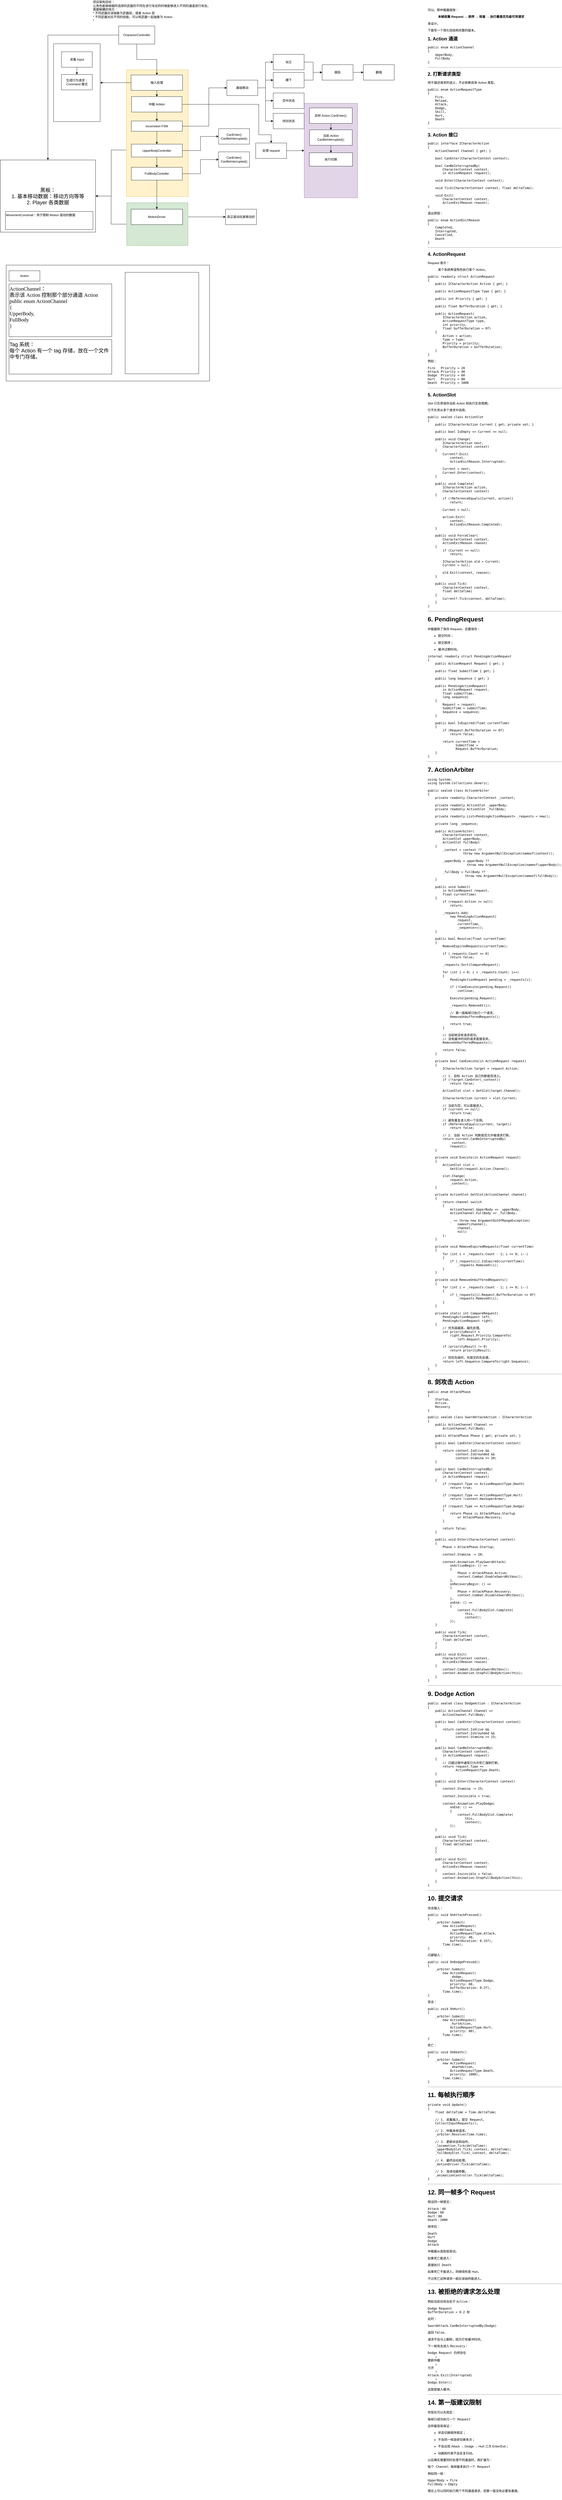
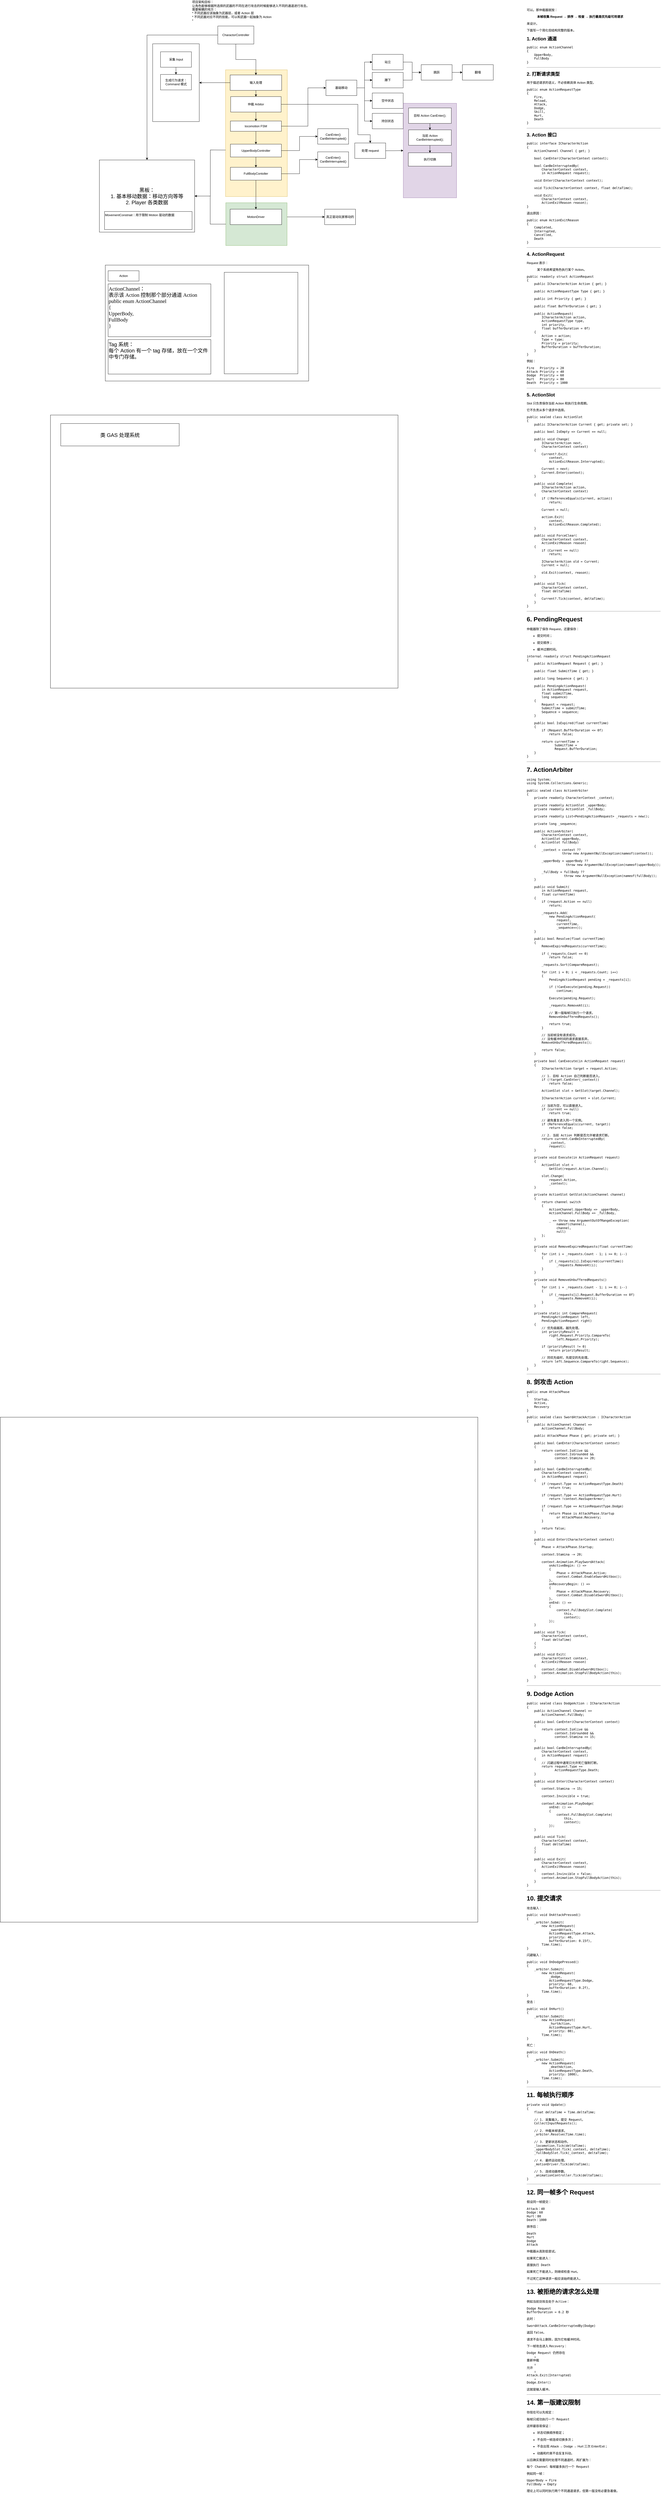
<mxfile host="app.diagrams.net" agent="Mozilla/5.0 (Windows NT 10.0; Win64; x64) AppleWebKit/537.36 (KHTML, like Gecko) Chrome/150.0.0.0 Safari/537.36 Edg/150.0.0.0">
  <diagram name="第 1 页" id="RneQ-lAXavWJF0wWTyo0">
-     <mxGraphModel dx="3943" dy="1549" grid="1" gridSize="10" guides="1" tooltips="1" connect="1" arrows="1" fold="1" page="1" pageScale="1" pageWidth="827" pageHeight="1142" math="0" shadow="0">
+     <mxGraphModel dx="2309" dy="852" grid="1" gridSize="10" guides="1" tooltips="1" connect="1" arrows="1" fold="1" page="1" pageScale="1" pageWidth="827" pageHeight="1142" math="0" shadow="0">
      <root>
        <mxCell id="0" />
        <mxCell id="1" parent="0" />
        <mxCell id="P79LNxg_lGs8P4HROXfw-56" connectable="0" parent="1" style="group" value="" vertex="1">
          <mxGeometry height="492" width="240" x="160" y="280" as="geometry" />
        </mxCell>
        <mxCell id="P79LNxg_lGs8P4HROXfw-93" connectable="0" parent="P79LNxg_lGs8P4HROXfw-56" style="group" value="" vertex="1">
          <mxGeometry height="492" width="240" as="geometry" />
        </mxCell>
        <mxCell id="P79LNxg_lGs8P4HROXfw-47" parent="P79LNxg_lGs8P4HROXfw-93" style="whiteSpace=wrap;html=1;fillColor=#fff2cc;strokeColor=#d6b656;" value="" vertex="1">
          <mxGeometry height="492" width="240" as="geometry" />
        </mxCell>
        <mxCell id="P79LNxg_lGs8P4HROXfw-1" parent="P79LNxg_lGs8P4HROXfw-93" style="whiteSpace=wrap;html=1;rounded=0;" value="locomotion FSM" vertex="1">
          <mxGeometry height="39.923809523809524" width="198" x="19" y="198.73333333333335" as="geometry" />
        </mxCell>
        <mxCell id="P79LNxg_lGs8P4HROXfw-33" parent="P79LNxg_lGs8P4HROXfw-93" style="whiteSpace=wrap;html=1;rounded=0;" value="UpperBodyController" vertex="1">
          <mxGeometry height="49.904761904761905" width="198" x="19" y="288.56190476190477" as="geometry" />
        </mxCell>
        <mxCell id="P79LNxg_lGs8P4HROXfw-36" parent="P79LNxg_lGs8P4HROXfw-93" style="whiteSpace=wrap;html=1;rounded=0;" value="FullBodyContoller" vertex="1">
          <mxGeometry height="49.904761904761905" width="198" x="19" y="378.3904761904762" as="geometry" />
        </mxCell>
        <mxCell id="P79LNxg_lGs8P4HROXfw-45" parent="P79LNxg_lGs8P4HROXfw-93" style="whiteSpace=wrap;html=1;" value="输入处理" vertex="1">
          <mxGeometry height="59.885714285714286" width="200" x="18" y="19.961904761904748" as="geometry" />
        </mxCell>
        <mxCell id="P79LNxg_lGs8P4HROXfw-90" parent="P79LNxg_lGs8P4HROXfw-93" style="whiteSpace=wrap;html=1;strokeColor=default;align=center;verticalAlign=middle;fontFamily=Helvetica;fontSize=12;fontColor=default;fillColor=default;" value="仲裁 Arbitor" vertex="1">
          <mxGeometry height="60" width="196" x="20" y="104" as="geometry" />
        </mxCell>
        <mxCell id="P79LNxg_lGs8P4HROXfw-34" edge="1" parent="P79LNxg_lGs8P4HROXfw-93" source="P79LNxg_lGs8P4HROXfw-1" style="edgeStyle=orthogonalEdgeStyle;rounded=0;orthogonalLoop=1;jettySize=auto;html=1;" target="P79LNxg_lGs8P4HROXfw-33" value="">
          <mxGeometry relative="1" as="geometry" />
        </mxCell>
        <mxCell id="P79LNxg_lGs8P4HROXfw-38" edge="1" parent="P79LNxg_lGs8P4HROXfw-93" source="P79LNxg_lGs8P4HROXfw-33" style="edgeStyle=orthogonalEdgeStyle;rounded=0;orthogonalLoop=1;jettySize=auto;html=1;" target="P79LNxg_lGs8P4HROXfw-36" value="">
          <mxGeometry relative="1" as="geometry" />
        </mxCell>
        <mxCell id="P79LNxg_lGs8P4HROXfw-91" edge="1" parent="P79LNxg_lGs8P4HROXfw-93" source="P79LNxg_lGs8P4HROXfw-45" style="edgeStyle=orthogonalEdgeStyle;rounded=0;orthogonalLoop=1;jettySize=auto;html=1;" target="P79LNxg_lGs8P4HROXfw-90" value="">
          <mxGeometry relative="1" as="geometry">
            <mxPoint x="278" y="360" as="sourcePoint" />
            <mxPoint x="279" y="420" as="targetPoint" />
          </mxGeometry>
        </mxCell>
        <mxCell id="P79LNxg_lGs8P4HROXfw-2" edge="1" parent="P79LNxg_lGs8P4HROXfw-93" source="P79LNxg_lGs8P4HROXfw-90" style="edgeStyle=orthogonalEdgeStyle;rounded=0;orthogonalLoop=1;jettySize=auto;html=1;" target="P79LNxg_lGs8P4HROXfw-1" value="">
          <mxGeometry relative="1" as="geometry" />
        </mxCell>
        <mxCell id="P79LNxg_lGs8P4HROXfw-87" edge="1" parent="1" source="tWkimQcVhNyBGdeILhYm-1" style="edgeStyle=orthogonalEdgeStyle;rounded=0;orthogonalLoop=1;jettySize=auto;html=1;fontFamily=Helvetica;fontSize=12;fontColor=default;" target="P79LNxg_lGs8P4HROXfw-83">
          <mxGeometry relative="1" as="geometry" />
        </mxCell>
        <mxCell id="tWkimQcVhNyBGdeILhYm-1" parent="1" style="rounded=0;whiteSpace=wrap;html=1;" value="CharactorController" vertex="1">
          <mxGeometry height="70" width="140" x="130" y="110" as="geometry" />
        </mxCell>
        <mxCell id="P79LNxg_lGs8P4HROXfw-5" edge="1" parent="1" source="P79LNxg_lGs8P4HROXfw-1" style="edgeStyle=orthogonalEdgeStyle;rounded=0;orthogonalLoop=1;jettySize=auto;html=1;entryX=0;entryY=0.5;entryDx=0;entryDy=0;exitX=1;exitY=0.5;exitDx=0;exitDy=0;" target="P79LNxg_lGs8P4HROXfw-4" value="">
          <mxGeometry relative="1" as="geometry">
            <Array as="points">
              <mxPoint x="480" y="499" />
              <mxPoint x="480" y="350" />
            </Array>
          </mxGeometry>
        </mxCell>
        <mxCell id="P79LNxg_lGs8P4HROXfw-3" parent="1" style="text;html=1;whiteSpace=wrap;strokeColor=none;fillColor=none;align=left;verticalAlign=middle;rounded=0;" value="项目架构目标：&lt;div&gt;让角色能够根据所选择的武器的不同在进行攻击的时候能够进入不同的通道进行攻击。&lt;br&gt;需要解耦的地方：&lt;br&gt;* 不同武器应该抽象为武器层，或者 Action 层&lt;/div&gt;&lt;div&gt;* 不同武器对应不同的技能，可以和武器一起抽象为 Action&lt;/div&gt;&lt;div&gt;*&amp;nbsp;&lt;br&gt;&lt;br&gt;&lt;/div&gt;" vertex="1">
          <mxGeometry height="100" width="772" x="28" y="10" as="geometry" />
        </mxCell>
        <mxCell id="P79LNxg_lGs8P4HROXfw-11" edge="1" parent="1" source="P79LNxg_lGs8P4HROXfw-4" style="edgeStyle=orthogonalEdgeStyle;rounded=0;orthogonalLoop=1;jettySize=auto;html=1;" target="P79LNxg_lGs8P4HROXfw-10" value="">
          <mxGeometry relative="1" as="geometry">
            <Array as="points">
              <mxPoint x="700" y="350" />
              <mxPoint x="700" y="250" />
            </Array>
          </mxGeometry>
        </mxCell>
        <mxCell id="P79LNxg_lGs8P4HROXfw-13" edge="1" parent="1" source="P79LNxg_lGs8P4HROXfw-4" style="edgeStyle=orthogonalEdgeStyle;rounded=0;orthogonalLoop=1;jettySize=auto;html=1;entryX=0;entryY=0.5;entryDx=0;entryDy=0;" target="P79LNxg_lGs8P4HROXfw-12">
          <mxGeometry relative="1" as="geometry" />
        </mxCell>
        <mxCell id="P79LNxg_lGs8P4HROXfw-15" edge="1" parent="1" source="P79LNxg_lGs8P4HROXfw-4" style="edgeStyle=orthogonalEdgeStyle;rounded=0;orthogonalLoop=1;jettySize=auto;html=1;entryX=0;entryY=0.5;entryDx=0;entryDy=0;" target="P79LNxg_lGs8P4HROXfw-8">
          <mxGeometry relative="1" as="geometry" />
        </mxCell>
        <mxCell id="P79LNxg_lGs8P4HROXfw-82" edge="1" parent="1" source="P79LNxg_lGs8P4HROXfw-4" style="edgeStyle=orthogonalEdgeStyle;rounded=0;orthogonalLoop=1;jettySize=auto;html=1;entryX=0;entryY=0.5;entryDx=0;entryDy=0;fontFamily=Helvetica;fontSize=12;fontColor=default;" target="P79LNxg_lGs8P4HROXfw-81">
          <mxGeometry relative="1" as="geometry" />
        </mxCell>
        <mxCell id="P79LNxg_lGs8P4HROXfw-4" parent="1" style="whiteSpace=wrap;html=1;rounded=0;" value="基础移动" vertex="1">
          <mxGeometry height="60" width="120" x="550" y="320" as="geometry" />
        </mxCell>
        <mxCell id="P79LNxg_lGs8P4HROXfw-6" parent="1" style="whiteSpace=wrap;html=1;rounded=0;" value="翻墙" vertex="1">
          <mxGeometry height="60" width="120" x="1080" y="260" as="geometry" />
        </mxCell>
        <mxCell id="P79LNxg_lGs8P4HROXfw-8" parent="1" style="whiteSpace=wrap;html=1;rounded=0;" value="空中状态" vertex="1">
          <mxGeometry height="60" width="120" x="730" y="370" as="geometry" />
        </mxCell>
        <mxCell id="P79LNxg_lGs8P4HROXfw-19" edge="1" parent="1" source="P79LNxg_lGs8P4HROXfw-10" style="edgeStyle=orthogonalEdgeStyle;rounded=0;orthogonalLoop=1;jettySize=auto;html=1;entryX=0;entryY=0.5;entryDx=0;entryDy=0;" target="P79LNxg_lGs8P4HROXfw-17">
          <mxGeometry relative="1" as="geometry" />
        </mxCell>
        <mxCell id="P79LNxg_lGs8P4HROXfw-10" parent="1" style="whiteSpace=wrap;html=1;rounded=0;" value="站立" vertex="1">
          <mxGeometry height="60" width="120" x="730" y="220" as="geometry" />
        </mxCell>
        <mxCell id="P79LNxg_lGs8P4HROXfw-18" edge="1" parent="1" source="P79LNxg_lGs8P4HROXfw-12" style="edgeStyle=orthogonalEdgeStyle;rounded=0;orthogonalLoop=1;jettySize=auto;html=1;" target="P79LNxg_lGs8P4HROXfw-17" value="">
          <mxGeometry relative="1" as="geometry" />
        </mxCell>
        <mxCell id="P79LNxg_lGs8P4HROXfw-12" parent="1" style="whiteSpace=wrap;html=1;rounded=0;" value="蹲下" vertex="1">
          <mxGeometry height="60" width="120" x="730" y="290" as="geometry" />
        </mxCell>
        <mxCell id="P79LNxg_lGs8P4HROXfw-20" edge="1" parent="1" source="P79LNxg_lGs8P4HROXfw-17" style="edgeStyle=orthogonalEdgeStyle;rounded=0;orthogonalLoop=1;jettySize=auto;html=1;" target="P79LNxg_lGs8P4HROXfw-6" value="">
          <mxGeometry relative="1" as="geometry" />
        </mxCell>
        <mxCell id="P79LNxg_lGs8P4HROXfw-17" parent="1" style="whiteSpace=wrap;html=1;rounded=0;" value="跳跃" vertex="1">
          <mxGeometry height="60" width="120" x="920" y="260" as="geometry" />
        </mxCell>
        <mxCell id="P79LNxg_lGs8P4HROXfw-32" connectable="0" parent="1" style="group" value="" vertex="1">
          <mxGeometry height="450" width="790" x="-307" y="1038" as="geometry" />
        </mxCell>
-         <mxCell id="P79LNxg_lGs8P4HROXfw-101" edge="1" parent="P79LNxg_lGs8P4HROXfw-32" style="edgeStyle=orthogonalEdgeStyle;rounded=0;orthogonalLoop=1;jettySize=auto;html=1;fontFamily=Helvetica;fontSize=12;fontColor=default;" target="P79LNxg_lGs8P4HROXfw-28" value="">
+         <mxCell id="P79LNxg_lGs8P4HROXfw-101" edge="1" parent="P79LNxg_lGs8P4HROXfw-32" style="edgeStyle=orthogonalEdgeStyle;rounded=0;orthogonalLoop=1;jettySize=auto;html=1;fontFamily=Helvetica;fontSize=12;fontColor=default;" value="">
          <mxGeometry relative="1" as="geometry">
            <mxPoint x="299.99999999999955" y="210" as="sourcePoint" />
          </mxGeometry>
        </mxCell>
        <mxCell id="P79LNxg_lGs8P4HROXfw-102" connectable="0" parent="P79LNxg_lGs8P4HROXfw-32" style="group" value="" vertex="1">
          <mxGeometry height="450" width="790" as="geometry" />
        </mxCell>
        <mxCell id="P79LNxg_lGs8P4HROXfw-21" parent="P79LNxg_lGs8P4HROXfw-102" style="whiteSpace=wrap;html=1;" value="" vertex="1">
          <mxGeometry height="450" width="790" as="geometry" />
        </mxCell>
        <mxCell id="P79LNxg_lGs8P4HROXfw-22" parent="P79LNxg_lGs8P4HROXfw-102" style="rounded=0;whiteSpace=wrap;html=1;" value="Action" vertex="1">
          <mxGeometry height="40" width="120" x="11" y="22" as="geometry" />
        </mxCell>
        <mxCell id="P79LNxg_lGs8P4HROXfw-103" parent="P79LNxg_lGs8P4HROXfw-102" style="whiteSpace=wrap;html=1;strokeColor=default;align=center;verticalAlign=middle;fontFamily=Helvetica;fontSize=12;fontColor=default;fillColor=default;" value="" vertex="1">
          <mxGeometry height="394" width="286" x="462" y="28" as="geometry" />
        </mxCell>
        <mxCell id="P79LNxg_lGs8P4HROXfw-104" parent="P79LNxg_lGs8P4HROXfw-102" style="whiteSpace=wrap;html=1;strokeColor=default;align=left;verticalAlign=top;fontFamily=Verdana;fontSize=20;fontColor=default;fillColor=default;" value="ActionChannel：&lt;br&gt;&lt;div&gt;表示该 Action 控制那个部分通道 Action&lt;/div&gt;&lt;div&gt;public enum ActionChannel&lt;/div&gt;&lt;div&gt;{&lt;/div&gt;&lt;div&gt;UpperBody,&lt;/div&gt;&lt;div&gt;FullBody&lt;/div&gt;&lt;div&gt;}&lt;/div&gt;&lt;div&gt;&lt;br&gt;&lt;/div&gt;" vertex="1">
          <mxGeometry height="205" width="399" x="11" y="73" as="geometry" />
        </mxCell>
        <mxCell id="P79LNxg_lGs8P4HROXfw-106" parent="P79LNxg_lGs8P4HROXfw-102" style="whiteSpace=wrap;html=1;strokeColor=default;align=left;verticalAlign=top;fontFamily=Helvetica;fontSize=12;fontColor=default;fillColor=default;" value="&lt;font style=&quot;font-size: 20px;&quot;&gt;Tag 系统：&lt;/font&gt;&lt;div&gt;&lt;font style=&quot;font-size: 20px;&quot;&gt;每个 Action 有一个 tag 存储，放在一个文件中专门存储。&lt;/font&gt;&lt;/div&gt;" vertex="1">
          <mxGeometry height="134" width="399" x="11" y="289" as="geometry" />
        </mxCell>
        <mxCell id="P79LNxg_lGs8P4HROXfw-40" edge="1" parent="1" source="P79LNxg_lGs8P4HROXfw-33" style="edgeStyle=orthogonalEdgeStyle;rounded=0;orthogonalLoop=1;jettySize=auto;html=1;" target="P79LNxg_lGs8P4HROXfw-39" value="">
          <mxGeometry relative="1" as="geometry" />
        </mxCell>
        <mxCell id="P79LNxg_lGs8P4HROXfw-42" edge="1" parent="1" source="P79LNxg_lGs8P4HROXfw-36" style="edgeStyle=orthogonalEdgeStyle;rounded=0;orthogonalLoop=1;jettySize=auto;html=1;" target="P79LNxg_lGs8P4HROXfw-41" value="">
          <mxGeometry relative="1" as="geometry" />
        </mxCell>
        <mxCell id="P79LNxg_lGs8P4HROXfw-39" parent="1" style="whiteSpace=wrap;html=1;rounded=0;" value="CanEnter()&lt;div&gt;CanBeInterrupted()&lt;/div&gt;" vertex="1">
          <mxGeometry height="60" width="120" x="518" y="508.56" as="geometry" />
        </mxCell>
        <mxCell id="P79LNxg_lGs8P4HROXfw-41" parent="1" style="whiteSpace=wrap;html=1;rounded=0;" value="CanEnter()&lt;div&gt;CanBeInterrupted()&lt;/div&gt;" vertex="1">
          <mxGeometry height="60" width="120" x="518" y="598.39" as="geometry" />
        </mxCell>
        <mxCell id="P79LNxg_lGs8P4HROXfw-46" edge="1" parent="1" source="tWkimQcVhNyBGdeILhYm-1" style="edgeStyle=orthogonalEdgeStyle;rounded=0;orthogonalLoop=1;jettySize=auto;html=1;" target="P79LNxg_lGs8P4HROXfw-45" value="">
          <mxGeometry relative="1" as="geometry">
            <mxPoint x="200" y="180" as="sourcePoint" />
            <mxPoint x="329" y="420" as="targetPoint" />
          </mxGeometry>
        </mxCell>
        <mxCell id="P79LNxg_lGs8P4HROXfw-52" parent="1" style="whiteSpace=wrap;html=1;rounded=0;" value="真正驱动玩家移动的" vertex="1">
          <mxGeometry height="60" width="120" x="545" y="821" as="geometry" />
        </mxCell>
        <mxCell id="P79LNxg_lGs8P4HROXfw-53" edge="1" parent="1" source="P79LNxg_lGs8P4HROXfw-49" style="edgeStyle=orthogonalEdgeStyle;rounded=0;orthogonalLoop=1;jettySize=auto;html=1;fontFamily=Helvetica;fontSize=12;fontColor=default;" target="P79LNxg_lGs8P4HROXfw-52" value="">
          <mxGeometry relative="1" as="geometry" />
        </mxCell>
        <mxCell id="P79LNxg_lGs8P4HROXfw-66" connectable="0" parent="1" style="group" value="" vertex="1">
          <mxGeometry height="166" width="238" x="161" y="796" as="geometry" />
        </mxCell>
        <mxCell id="P79LNxg_lGs8P4HROXfw-54" parent="P79LNxg_lGs8P4HROXfw-66" style="whiteSpace=wrap;html=1;strokeColor=#82b366;align=center;verticalAlign=middle;fontFamily=Helvetica;fontSize=12;fillColor=#d5e8d4;" value="" vertex="1">
          <mxGeometry height="166" width="238" as="geometry" />
        </mxCell>
        <mxCell id="P79LNxg_lGs8P4HROXfw-49" parent="P79LNxg_lGs8P4HROXfw-66" style="whiteSpace=wrap;html=1;rounded=0;" value="MotionDriver" vertex="1">
          <mxGeometry height="59.885714285714286" width="200" x="17" y="25.004285714285743" as="geometry" />
        </mxCell>
        <mxCell id="P79LNxg_lGs8P4HROXfw-70" edge="1" parent="1" source="P79LNxg_lGs8P4HROXfw-67" style="edgeStyle=orthogonalEdgeStyle;rounded=0;orthogonalLoop=1;jettySize=auto;html=1;fontFamily=Helvetica;fontSize=12;fontColor=default;" target="P79LNxg_lGs8P4HROXfw-69" value="">
          <mxGeometry relative="1" as="geometry" />
        </mxCell>
        <mxCell id="P79LNxg_lGs8P4HROXfw-67" parent="1" style="whiteSpace=wrap;html=1;rounded=0;" value="处理 request" vertex="1">
          <mxGeometry height="60" width="120" x="662" y="564" as="geometry" />
        </mxCell>
        <mxCell id="P79LNxg_lGs8P4HROXfw-68" edge="1" parent="1" source="P79LNxg_lGs8P4HROXfw-90" style="edgeStyle=orthogonalEdgeStyle;rounded=0;orthogonalLoop=1;jettySize=auto;html=1;fontFamily=Helvetica;fontSize=12;fontColor=default;exitX=1;exitY=0.5;exitDx=0;exitDy=0;entryX=0.5;entryY=0;entryDx=0;entryDy=0;" target="P79LNxg_lGs8P4HROXfw-67" value="">
          <mxGeometry relative="1" as="geometry">
            <Array as="points">
              <mxPoint x="674" y="414" />
              <mxPoint x="674" y="532" />
              <mxPoint x="722" y="532" />
            </Array>
            <mxPoint x="378" y="718" as="sourcePoint" />
          </mxGeometry>
        </mxCell>
        <mxCell id="P79LNxg_lGs8P4HROXfw-81" parent="1" style="whiteSpace=wrap;html=1;rounded=0;" value="持剑状态" vertex="1">
          <mxGeometry height="60" width="120" x="730" y="449" as="geometry" />
        </mxCell>
        <mxCell id="P79LNxg_lGs8P4HROXfw-84" edge="1" parent="1" source="P79LNxg_lGs8P4HROXfw-47" style="edgeStyle=orthogonalEdgeStyle;rounded=0;orthogonalLoop=1;jettySize=auto;html=1;fontFamily=Helvetica;fontSize=12;fontColor=default;entryX=1;entryY=0.5;entryDx=0;entryDy=0;exitX=0;exitY=0.633;exitDx=0;exitDy=0;exitPerimeter=0;" target="P79LNxg_lGs8P4HROXfw-83" value="">
          <mxGeometry relative="1" as="geometry">
            <Array as="points">
              <mxPoint x="147" y="591" />
              <mxPoint x="101" y="591" />
              <mxPoint x="101" y="722" />
            </Array>
            <mxPoint x="185" y="534.4999999999998" as="sourcePoint" />
            <mxPoint x="61" y="705" as="targetPoint" />
          </mxGeometry>
        </mxCell>
        <mxCell id="P79LNxg_lGs8P4HROXfw-85" edge="1" parent="1" source="P79LNxg_lGs8P4HROXfw-54" style="edgeStyle=orthogonalEdgeStyle;rounded=0;orthogonalLoop=1;jettySize=auto;html=1;entryX=1;entryY=0.5;entryDx=0;entryDy=0;fontFamily=Helvetica;fontSize=12;fontColor=default;" target="P79LNxg_lGs8P4HROXfw-83">
          <mxGeometry relative="1" as="geometry" />
        </mxCell>
        <mxCell id="P79LNxg_lGs8P4HROXfw-95" edge="1" parent="1" source="P79LNxg_lGs8P4HROXfw-45" style="edgeStyle=orthogonalEdgeStyle;rounded=0;orthogonalLoop=1;jettySize=auto;html=1;fontFamily=Helvetica;fontSize=12;fontColor=default;exitX=0;exitY=0.5;exitDx=0;exitDy=0;" target="P79LNxg_lGs8P4HROXfw-94" value="">
          <mxGeometry relative="1" as="geometry" />
        </mxCell>
        <mxCell id="P79LNxg_lGs8P4HROXfw-62" edge="1" parent="1" source="P79LNxg_lGs8P4HROXfw-36" style="edgeStyle=orthogonalEdgeStyle;rounded=0;orthogonalLoop=1;jettySize=auto;html=1;fontFamily=Helvetica;fontSize=12;fontColor=default;entryX=0.5;entryY=0;entryDx=0;entryDy=0;" target="P79LNxg_lGs8P4HROXfw-49" value="">
          <mxGeometry relative="1" as="geometry">
            <mxPoint x="278" y="748" as="targetPoint" />
          </mxGeometry>
        </mxCell>
        <mxCell id="P79LNxg_lGs8P4HROXfw-97" connectable="0" parent="1" style="group" value="" vertex="1">
          <mxGeometry height="302" width="242.5" x="-123" y="179" as="geometry" />
        </mxCell>
        <mxCell id="P79LNxg_lGs8P4HROXfw-94" parent="P79LNxg_lGs8P4HROXfw-97" style="whiteSpace=wrap;html=1;" value="" vertex="1">
          <mxGeometry height="302" width="181" as="geometry" />
        </mxCell>
        <mxCell id="P79LNxg_lGs8P4HROXfw-96" parent="P79LNxg_lGs8P4HROXfw-97" style="whiteSpace=wrap;html=1;strokeColor=default;align=center;verticalAlign=middle;fontFamily=Helvetica;fontSize=12;fontColor=default;fillColor=default;" value="采集 Input" vertex="1">
          <mxGeometry height="60" width="120" x="30.5" y="31" as="geometry" />
        </mxCell>
        <mxCell id="P79LNxg_lGs8P4HROXfw-98" parent="P79LNxg_lGs8P4HROXfw-97" style="whiteSpace=wrap;html=1;strokeColor=default;align=center;verticalAlign=middle;fontFamily=Helvetica;fontSize=12;fontColor=default;fillColor=default;" value="生成行为请求：&lt;div&gt;Command 模式&lt;/div&gt;" vertex="1">
          <mxGeometry height="60" width="120" x="30.5" y="119" as="geometry" />
        </mxCell>
        <mxCell id="P79LNxg_lGs8P4HROXfw-99" edge="1" parent="P79LNxg_lGs8P4HROXfw-97" source="P79LNxg_lGs8P4HROXfw-96" style="edgeStyle=orthogonalEdgeStyle;rounded=0;orthogonalLoop=1;jettySize=auto;html=1;fontFamily=Helvetica;fontSize=12;fontColor=default;" target="P79LNxg_lGs8P4HROXfw-98" value="">
          <mxGeometry relative="1" as="geometry" />
        </mxCell>
        <mxCell id="P79LNxg_lGs8P4HROXfw-100" connectable="0" parent="1" style="group" value="" vertex="1">
          <mxGeometry height="366.78" width="207" x="850.5" y="410" as="geometry" />
        </mxCell>
        <mxCell id="P79LNxg_lGs8P4HROXfw-69" parent="P79LNxg_lGs8P4HROXfw-100" style="whiteSpace=wrap;html=1;rounded=0;fillColor=#e1d5e7;strokeColor=#9673a6;" value="" vertex="1">
          <mxGeometry height="366.78" width="207" as="geometry" />
        </mxCell>
        <mxCell id="P79LNxg_lGs8P4HROXfw-72" parent="P79LNxg_lGs8P4HROXfw-100" style="whiteSpace=wrap;html=1;strokeColor=default;align=center;verticalAlign=middle;fontFamily=Helvetica;fontSize=12;fontColor=default;fillColor=default;" value="目标 Action CanEnter();" vertex="1">
          <mxGeometry height="60" width="166" x="20.5" y="18" as="geometry" />
        </mxCell>
        <mxCell id="P79LNxg_lGs8P4HROXfw-75" parent="P79LNxg_lGs8P4HROXfw-100" style="whiteSpace=wrap;html=1;strokeColor=default;align=center;verticalAlign=middle;fontFamily=Helvetica;fontSize=12;fontColor=default;fillColor=default;" value="当前 Action CanBeInterrupted();" vertex="1">
          <mxGeometry height="60" width="166" x="20.5" y="103" as="geometry" />
        </mxCell>
        <mxCell id="P79LNxg_lGs8P4HROXfw-79" parent="P79LNxg_lGs8P4HROXfw-100" style="whiteSpace=wrap;html=1;" value="执行切换" vertex="1">
          <mxGeometry height="52" width="168" x="19.5" y="192" as="geometry" />
        </mxCell>
        <mxCell id="P79LNxg_lGs8P4HROXfw-78" edge="1" parent="P79LNxg_lGs8P4HROXfw-100" source="P79LNxg_lGs8P4HROXfw-72" style="edgeStyle=orthogonalEdgeStyle;rounded=0;orthogonalLoop=1;jettySize=auto;html=1;fontFamily=Helvetica;fontSize=12;fontColor=default;" target="P79LNxg_lGs8P4HROXfw-75" value="">
          <mxGeometry relative="1" as="geometry" />
        </mxCell>
        <mxCell id="P79LNxg_lGs8P4HROXfw-80" edge="1" parent="P79LNxg_lGs8P4HROXfw-100" source="P79LNxg_lGs8P4HROXfw-75" style="edgeStyle=orthogonalEdgeStyle;rounded=0;orthogonalLoop=1;jettySize=auto;html=1;fontFamily=Helvetica;fontSize=12;fontColor=default;" target="P79LNxg_lGs8P4HROXfw-79" value="">
          <mxGeometry relative="1" as="geometry" />
        </mxCell>
        <UserObject label="&lt;p&gt;可以。那仲裁器就按：&lt;/p&gt;&lt;blockquote&gt;&lt;p&gt;&lt;strong&gt;本帧收集 Request → 排序 → 检查 → 执行最高优先级可用请求&lt;/strong&gt;&lt;/p&gt;&lt;/blockquote&gt;&lt;p&gt;来设计。&lt;/p&gt;&lt;p&gt;下面写一个简化但结构完整的版本。&lt;/p&gt;&lt;h2&gt;1. Action 通道&lt;/h2&gt;&lt;pre&gt;&lt;code class=&quot;language-csharp&quot;&gt;public enum ActionChannel&#xa;{&#xa;    UpperBody,&#xa;    FullBody&#xa;}&#xa;&lt;/code&gt;&lt;/pre&gt;&lt;hr&gt;&lt;h2&gt;2. 打断请求类型&lt;/h2&gt;&lt;p&gt;用于描述请求的语义，不必依赖具体 Action 类型。&lt;/p&gt;&lt;pre&gt;&lt;code class=&quot;language-csharp&quot;&gt;public enum ActionRequestType&#xa;{&#xa;    Fire,&#xa;    Reload,&#xa;    Attack,&#xa;    Dodge,&#xa;    Skill,&#xa;    Hurt,&#xa;    Death&#xa;}&#xa;&lt;/code&gt;&lt;/pre&gt;&lt;hr&gt;&lt;h2&gt;3. Action 接口&lt;/h2&gt;&lt;pre&gt;&lt;code class=&quot;language-csharp&quot;&gt;public interface ICharacterAction&#xa;{&#xa;    ActionChannel Channel { get; }&#xa;&#xa;    bool CanEnter(CharacterContext context);&#xa;&#xa;    bool CanBeInterruptedBy(&#xa;        CharacterContext context,&#xa;        in ActionRequest request);&#xa;&#xa;    void Enter(CharacterContext context);&#xa;&#xa;    void Tick(CharacterContext context, float deltaTime);&#xa;&#xa;    void Exit(&#xa;        CharacterContext context,&#xa;        ActionExitReason reason);&#xa;}&#xa;&lt;/code&gt;&lt;/pre&gt;&lt;p&gt;退出原因：&lt;/p&gt;&lt;pre&gt;&lt;code class=&quot;language-csharp&quot;&gt;public enum ActionExitReason&#xa;{&#xa;    Completed,&#xa;    Interrupted,&#xa;    Cancelled,&#xa;    Death&#xa;}&#xa;&lt;/code&gt;&lt;/pre&gt;&lt;hr&gt;&lt;h2&gt;4. ActionRequest&lt;/h2&gt;&lt;p&gt;Request 表示：&lt;/p&gt;&lt;blockquote&gt;&lt;p&gt;某个系统希望角色执行某个 Action。&lt;/p&gt;&lt;/blockquote&gt;&lt;pre&gt;&lt;code class=&quot;language-csharp&quot;&gt;public readonly struct ActionRequest&#xa;{&#xa;    public ICharacterAction Action { get; }&#xa;&#xa;    public ActionRequestType Type { get; }&#xa;&#xa;    public int Priority { get; }&#xa;&#xa;    public float BufferDuration { get; }&#xa;&#xa;    public ActionRequest(&#xa;        ICharacterAction action,&#xa;        ActionRequestType type,&#xa;        int priority,&#xa;        float bufferDuration = 0f)&#xa;    {&#xa;        Action = action;&#xa;        Type = type;&#xa;        Priority = priority;&#xa;        BufferDuration = bufferDuration;&#xa;    }&#xa;}&#xa;&lt;/code&gt;&lt;/pre&gt;&lt;p&gt;例如：&lt;/p&gt;&lt;pre&gt;&lt;code class=&quot;language-text&quot;&gt;Fire   Priority = 20&#xa;Attack Priority = 40&#xa;Dodge  Priority = 60&#xa;Hurt   Priority = 80&#xa;Death  Priority = 1000&#xa;&lt;/code&gt;&lt;/pre&gt;&lt;hr&gt;&lt;h2&gt;5. ActionSlot&lt;/h2&gt;&lt;p&gt;Slot 只负责保存当前 Action 和执行生命周期。&lt;/p&gt;&lt;p&gt;它不负责从多个请求中选择。&lt;/p&gt;&lt;pre&gt;&lt;code class=&quot;language-csharp&quot;&gt;public sealed class ActionSlot&#xa;{&#xa;    public ICharacterAction Current { get; private set; }&#xa;&#xa;    public bool IsEmpty =&amp;gt; Current == null;&#xa;&#xa;    public void Change(&#xa;        ICharacterAction next,&#xa;        CharacterContext context)&#xa;    {&#xa;        Current?.Exit(&#xa;            context,&#xa;            ActionExitReason.Interrupted);&#xa;&#xa;        Current = next;&#xa;        Current.Enter(context);&#xa;    }&#xa;&#xa;    public void Complete(&#xa;        ICharacterAction action,&#xa;        CharacterContext context)&#xa;    {&#xa;        if (!ReferenceEquals(Current, action))&#xa;            return;&#xa;&#xa;        Current = null;&#xa;&#xa;        action.Exit(&#xa;            context,&#xa;            ActionExitReason.Completed);&#xa;    }&#xa;&#xa;    public void ForceClear(&#xa;        CharacterContext context,&#xa;        ActionExitReason reason)&#xa;    {&#xa;        if (Current == null)&#xa;            return;&#xa;&#xa;        ICharacterAction old = Current;&#xa;        Current = null;&#xa;&#xa;        old.Exit(context, reason);&#xa;    }&#xa;&#xa;    public void Tick(&#xa;        CharacterContext context,&#xa;        float deltaTime)&#xa;    {&#xa;        Current?.Tick(context, deltaTime);&#xa;    }&#xa;}&#xa;&lt;/code&gt;&lt;/pre&gt;&lt;hr&gt;&lt;h1&gt;6. PendingRequest&lt;/h1&gt;&lt;p&gt;仲裁器除了保存 Request，还要保存：&lt;/p&gt;&lt;ul&gt;&lt;li&gt;&lt;p&gt;提交时间；&lt;/p&gt;&lt;/li&gt;&lt;li&gt;&lt;p&gt;提交顺序；&lt;/p&gt;&lt;/li&gt;&lt;li&gt;&lt;p&gt;缓冲过期时间。&lt;/p&gt;&lt;/li&gt;&lt;/ul&gt;&lt;pre&gt;&lt;code class=&quot;language-csharp&quot;&gt;internal readonly struct PendingActionRequest&#xa;{&#xa;    public ActionRequest Request { get; }&#xa;&#xa;    public float SubmitTime { get; }&#xa;&#xa;    public long Sequence { get; }&#xa;&#xa;    public PendingActionRequest(&#xa;        in ActionRequest request,&#xa;        float submitTime,&#xa;        long sequence)&#xa;    {&#xa;        Request = request;&#xa;        SubmitTime = submitTime;&#xa;        Sequence = sequence;&#xa;    }&#xa;&#xa;    public bool IsExpired(float currentTime)&#xa;    {&#xa;        if (Request.BufferDuration &amp;lt;= 0f)&#xa;            return false;&#xa;&#xa;        return currentTime &amp;gt;&#xa;               SubmitTime +&#xa;               Request.BufferDuration;&#xa;    }&#xa;}&#xa;&lt;/code&gt;&lt;/pre&gt;&lt;hr&gt;&lt;h1&gt;7. ActionArbiter&lt;/h1&gt;&lt;pre&gt;&lt;code class=&quot;language-csharp&quot;&gt;using System;&#xa;using System.Collections.Generic;&#xa;&#xa;public sealed class ActionArbiter&#xa;{&#xa;    private readonly CharacterContext _context;&#xa;&#xa;    private readonly ActionSlot _upperBody;&#xa;    private readonly ActionSlot _fullBody;&#xa;&#xa;    private readonly List&amp;lt;PendingActionRequest&amp;gt; _requests = new();&#xa;&#xa;    private long _sequence;&#xa;&#xa;    public ActionArbiter(&#xa;        CharacterContext context,&#xa;        ActionSlot upperBody,&#xa;        ActionSlot fullBody)&#xa;    {&#xa;        _context = context ??&#xa;                   throw new ArgumentNullException(nameof(context));&#xa;&#xa;        _upperBody = upperBody ??&#xa;                     throw new ArgumentNullException(nameof(upperBody));&#xa;&#xa;        _fullBody = fullBody ??&#xa;                    throw new ArgumentNullException(nameof(fullBody));&#xa;    }&#xa;&#xa;    public void Submit(&#xa;        in ActionRequest request,&#xa;        float currentTime)&#xa;    {&#xa;        if (request.Action == null)&#xa;            return;&#xa;&#xa;        _requests.Add(&#xa;            new PendingActionRequest(&#xa;                request,&#xa;                currentTime,&#xa;                _sequence++));&#xa;    }&#xa;&#xa;    public bool Resolve(float currentTime)&#xa;    {&#xa;        RemoveExpiredRequests(currentTime);&#xa;&#xa;        if (_requests.Count == 0)&#xa;            return false;&#xa;&#xa;        _requests.Sort(CompareRequest);&#xa;&#xa;        for (int i = 0; i &amp;lt; _requests.Count; i++)&#xa;        {&#xa;            PendingActionRequest pending = _requests[i];&#xa;&#xa;            if (!CanExecute(pending.Request))&#xa;                continue;&#xa;&#xa;            Execute(pending.Request);&#xa;&#xa;            _requests.RemoveAt(i);&#xa;&#xa;            // 第一版每帧只执行一个请求。&#xa;            RemoveUnbufferedRequests();&#xa;&#xa;            return true;&#xa;        }&#xa;&#xa;        // 当前帧没有请求成功。&#xa;        // 没有缓冲时间的请求直接丢弃。&#xa;        RemoveUnbufferedRequests();&#xa;&#xa;        return false;&#xa;    }&#xa;&#xa;    private bool CanExecute(in ActionRequest request)&#xa;    {&#xa;        ICharacterAction target = request.Action;&#xa;&#xa;        // 1. 目标 Action 自己判断能否进入。&#xa;        if (!target.CanEnter(_context))&#xa;            return false;&#xa;&#xa;        ActionSlot slot = GetSlot(target.Channel);&#xa;&#xa;        ICharacterAction current = slot.Current;&#xa;&#xa;        // 当前为空，可以直接进入。&#xa;        if (current == null)&#xa;            return true;&#xa;&#xa;        // 避免重复进入同一个实例。&#xa;        if (ReferenceEquals(current, target))&#xa;            return false;&#xa;&#xa;        // 2. 当前 Action 判断是否允许被请求打断。&#xa;        return current.CanBeInterruptedBy(&#xa;            _context,&#xa;            request);&#xa;    }&#xa;&#xa;    private void Execute(in ActionRequest request)&#xa;    {&#xa;        ActionSlot slot =&#xa;            GetSlot(request.Action.Channel);&#xa;&#xa;        slot.Change(&#xa;            request.Action,&#xa;            _context);&#xa;    }&#xa;&#xa;    private ActionSlot GetSlot(ActionChannel channel)&#xa;    {&#xa;        return channel switch&#xa;        {&#xa;            ActionChannel.UpperBody =&amp;gt; _upperBody,&#xa;            ActionChannel.FullBody =&amp;gt; _fullBody,&#xa;&#xa;            _ =&amp;gt; throw new ArgumentOutOfRangeException(&#xa;                nameof(channel),&#xa;                channel,&#xa;                null)&#xa;        };&#xa;    }&#xa;&#xa;    private void RemoveExpiredRequests(float currentTime)&#xa;    {&#xa;        for (int i = _requests.Count - 1; i &amp;gt;= 0; i--)&#xa;        {&#xa;            if (_requests[i].IsExpired(currentTime))&#xa;                _requests.RemoveAt(i);&#xa;        }&#xa;    }&#xa;&#xa;    private void RemoveUnbufferedRequests()&#xa;    {&#xa;        for (int i = _requests.Count - 1; i &amp;gt;= 0; i--)&#xa;        {&#xa;            if (_requests[i].Request.BufferDuration &amp;lt;= 0f)&#xa;                _requests.RemoveAt(i);&#xa;        }&#xa;    }&#xa;&#xa;    private static int CompareRequest(&#xa;        PendingActionRequest left,&#xa;        PendingActionRequest right)&#xa;    {&#xa;        // 优先级越高，越先处理。&#xa;        int priorityResult =&#xa;            right.Request.Priority.CompareTo(&#xa;                left.Request.Priority);&#xa;&#xa;        if (priorityResult != 0)&#xa;            return priorityResult;&#xa;&#xa;        // 同优先级时，先提交的先处理。&#xa;        return left.Sequence.CompareTo(right.Sequence);&#xa;    }&#xa;}&#xa;&lt;/code&gt;&lt;/pre&gt;&lt;hr&gt;&lt;h1&gt;8. 剑攻击 Action&lt;/h1&gt;&lt;pre&gt;&lt;code class=&quot;language-csharp&quot;&gt;public enum AttackPhase&#xa;{&#xa;    Startup,&#xa;    Active,&#xa;    Recovery&#xa;}&#xa;&lt;/code&gt;&lt;/pre&gt;&lt;pre&gt;&lt;code class=&quot;language-csharp&quot;&gt;public sealed class SwordAttackAction : ICharacterAction&#xa;{&#xa;    public ActionChannel Channel =&amp;gt;&#xa;        ActionChannel.FullBody;&#xa;&#xa;    public AttackPhase Phase { get; private set; }&#xa;&#xa;    public bool CanEnter(CharacterContext context)&#xa;    {&#xa;        return context.IsAlive &amp;amp;&amp;amp;&#xa;               context.IsGrounded &amp;amp;&amp;amp;&#xa;               context.Stamina &amp;gt;= 20;&#xa;    }&#xa;&#xa;    public bool CanBeInterruptedBy(&#xa;        CharacterContext context,&#xa;        in ActionRequest request)&#xa;    {&#xa;        if (request.Type == ActionRequestType.Death)&#xa;            return true;&#xa;&#xa;        if (request.Type == ActionRequestType.Hurt)&#xa;            return !context.HasSuperArmor;&#xa;&#xa;        if (request.Type == ActionRequestType.Dodge)&#xa;        {&#xa;            return Phase is AttackPhase.Startup&#xa;                or AttackPhase.Recovery;&#xa;        }&#xa;&#xa;        return false;&#xa;    }&#xa;&#xa;    public void Enter(CharacterContext context)&#xa;    {&#xa;        Phase = AttackPhase.Startup;&#xa;&#xa;        context.Stamina -= 20;&#xa;&#xa;        context.Animation.PlaySwordAttack(&#xa;            onActiveBegin: () =&amp;gt;&#xa;            {&#xa;                Phase = AttackPhase.Active;&#xa;                context.Combat.EnableSwordHitbox();&#xa;            },&#xa;            onRecoveryBegin: () =&amp;gt;&#xa;            {&#xa;                Phase = AttackPhase.Recovery;&#xa;                context.Combat.DisableSwordHitbox();&#xa;            },&#xa;            onEnd: () =&amp;gt;&#xa;            {&#xa;                context.FullBodySlot.Complete(&#xa;                    this,&#xa;                    context);&#xa;            });&#xa;    }&#xa;&#xa;    public void Tick(&#xa;        CharacterContext context,&#xa;        float deltaTime)&#xa;    {&#xa;    }&#xa;&#xa;    public void Exit(&#xa;        CharacterContext context,&#xa;        ActionExitReason reason)&#xa;    {&#xa;        context.Combat.DisableSwordHitbox();&#xa;        context.Animation.StopFullBodyAction(this);&#xa;    }&#xa;}&#xa;&lt;/code&gt;&lt;/pre&gt;&lt;hr&gt;&lt;h1&gt;9. Dodge Action&lt;/h1&gt;&lt;pre&gt;&lt;code class=&quot;language-csharp&quot;&gt;public sealed class DodgeAction : ICharacterAction&#xa;{&#xa;    public ActionChannel Channel =&amp;gt;&#xa;        ActionChannel.FullBody;&#xa;&#xa;    public bool CanEnter(CharacterContext context)&#xa;    {&#xa;        return context.IsAlive &amp;amp;&amp;amp;&#xa;               context.IsGrounded &amp;amp;&amp;amp;&#xa;               context.Stamina &amp;gt;= 15;&#xa;    }&#xa;&#xa;    public bool CanBeInterruptedBy(&#xa;        CharacterContext context,&#xa;        in ActionRequest request)&#xa;    {&#xa;        // 闪避过程中通常只允许死亡强制打断。&#xa;        return request.Type ==&#xa;               ActionRequestType.Death;&#xa;    }&#xa;&#xa;    public void Enter(CharacterContext context)&#xa;    {&#xa;        context.Stamina -= 15;&#xa;&#xa;        context.Invincible = true;&#xa;&#xa;        context.Animation.PlayDodge(&#xa;            onEnd: () =&amp;gt;&#xa;            {&#xa;                context.FullBodySlot.Complete(&#xa;                    this,&#xa;                    context);&#xa;            });&#xa;    }&#xa;&#xa;    public void Tick(&#xa;        CharacterContext context,&#xa;        float deltaTime)&#xa;    {&#xa;    }&#xa;&#xa;    public void Exit(&#xa;        CharacterContext context,&#xa;        ActionExitReason reason)&#xa;    {&#xa;        context.Invincible = false;&#xa;        context.Animation.StopFullBodyAction(this);&#xa;    }&#xa;}&#xa;&lt;/code&gt;&lt;/pre&gt;&lt;hr&gt;&lt;h1&gt;10. 提交请求&lt;/h1&gt;&lt;p&gt;攻击输入：&lt;/p&gt;&lt;pre&gt;&lt;code class=&quot;language-csharp&quot;&gt;public void OnAttackPressed()&#xa;{&#xa;    _arbiter.Submit(&#xa;        new ActionRequest(&#xa;            _swordAttack,&#xa;            ActionRequestType.Attack,&#xa;            priority: 40,&#xa;            bufferDuration: 0.15f),&#xa;        Time.time);&#xa;}&#xa;&lt;/code&gt;&lt;/pre&gt;&lt;p&gt;闪避输入：&lt;/p&gt;&lt;pre&gt;&lt;code class=&quot;language-csharp&quot;&gt;public void OnDodgePressed()&#xa;{&#xa;    _arbiter.Submit(&#xa;        new ActionRequest(&#xa;            _dodge,&#xa;            ActionRequestType.Dodge,&#xa;            priority: 60,&#xa;            bufferDuration: 0.2f),&#xa;        Time.time);&#xa;}&#xa;&lt;/code&gt;&lt;/pre&gt;&lt;p&gt;受击：&lt;/p&gt;&lt;pre&gt;&lt;code class=&quot;language-csharp&quot;&gt;public void OnHurt()&#xa;{&#xa;    _arbiter.Submit(&#xa;        new ActionRequest(&#xa;            _hurtAction,&#xa;            ActionRequestType.Hurt,&#xa;            priority: 80),&#xa;        Time.time);&#xa;}&#xa;&lt;/code&gt;&lt;/pre&gt;&lt;p&gt;死亡：&lt;/p&gt;&lt;pre&gt;&lt;code class=&quot;language-csharp&quot;&gt;public void OnDeath()&#xa;{&#xa;    _arbiter.Submit(&#xa;        new ActionRequest(&#xa;            _deathAction,&#xa;            ActionRequestType.Death,&#xa;            priority: 1000),&#xa;        Time.time);&#xa;}&#xa;&lt;/code&gt;&lt;/pre&gt;&lt;hr&gt;&lt;h1&gt;11. 每帧执行顺序&lt;/h1&gt;&lt;pre&gt;&lt;code class=&quot;language-csharp&quot;&gt;private void Update()&#xa;{&#xa;    float deltaTime = Time.deltaTime;&#xa;&#xa;    // 1. 采集输入，提交 Request。&#xa;    CollectInputRequests();&#xa;&#xa;    // 2. 仲裁本帧请求。&#xa;    _arbiter.Resolve(Time.time);&#xa;&#xa;    // 3. 更新状态和动作。&#xa;    _locomotion.Tick(deltaTime);&#xa;    _upperBodySlot.Tick(_context, deltaTime);&#xa;    _fullBodySlot.Tick(_context, deltaTime);&#xa;&#xa;    // 4. 最终运动处理。&#xa;    _motionDriver.Tick(deltaTime);&#xa;&#xa;    // 5. 连续动画参数。&#xa;    _animationController.Tick(deltaTime);&#xa;}&#xa;&lt;/code&gt;&lt;/pre&gt;&lt;hr&gt;&lt;h1&gt;12. 同一帧多个 Request&lt;/h1&gt;&lt;p&gt;假设同一帧提交：&lt;/p&gt;&lt;pre&gt;&lt;code class=&quot;language-text&quot;&gt;Attack：40&#xa;Dodge：60&#xa;Hurt：80&#xa;Death：1000&#xa;&lt;/code&gt;&lt;/pre&gt;&lt;p&gt;排序后：&lt;/p&gt;&lt;pre&gt;&lt;code class=&quot;language-text&quot;&gt;Death&#xa;Hurt&#xa;Dodge&#xa;Attack&#xa;&lt;/code&gt;&lt;/pre&gt;&lt;p&gt;仲裁器从高到低尝试。&lt;/p&gt;&lt;p&gt;如果死亡能进入：&lt;/p&gt;&lt;pre&gt;&lt;code class=&quot;language-text&quot;&gt;直接执行 Death&#xa;&lt;/code&gt;&lt;/pre&gt;&lt;p&gt;如果死亡不能进入，则继续检查 Hurt。&lt;/p&gt;&lt;p&gt;不过死亡这种请求一般应该始终能进入。&lt;/p&gt;&lt;hr&gt;&lt;h1&gt;13. 被拒绝的请求怎么处理&lt;/h1&gt;&lt;p&gt;例如当前剑攻击处于 &lt;code&gt;Active&lt;/code&gt;：&lt;/p&gt;&lt;pre&gt;&lt;code class=&quot;language-text&quot;&gt;Dodge Request&#xa;BufferDuration = 0.2 秒&#xa;&lt;/code&gt;&lt;/pre&gt;&lt;p&gt;此时：&lt;/p&gt;&lt;pre&gt;&lt;code class=&quot;language-csharp&quot;&gt;SwordAttack.CanBeInterruptedBy(Dodge)&#xa;&lt;/code&gt;&lt;/pre&gt;&lt;p&gt;返回 &lt;code&gt;false&lt;/code&gt;。&lt;/p&gt;&lt;p&gt;请求不会马上删除，因为它有缓冲时间。&lt;/p&gt;&lt;p&gt;下一帧攻击进入 &lt;code&gt;Recovery&lt;/code&gt;：&lt;/p&gt;&lt;pre&gt;&lt;code class=&quot;language-text&quot;&gt;Dodge Request 仍然存在&#xa;    ↓&#xa;重新仲裁&#xa;    ↓&#xa;允许&#xa;    ↓&#xa;Attack.Exit(Interrupted)&#xa;    ↓&#xa;Dodge.Enter()&#xa;&lt;/code&gt;&lt;/pre&gt;&lt;p&gt;这就是输入缓冲。&lt;/p&gt;&lt;hr&gt;&lt;h1&gt;14. 第一版建议限制&lt;/h1&gt;&lt;p&gt;你现在可以先规定：&lt;/p&gt;&lt;pre&gt;&lt;code class=&quot;language-text&quot;&gt;每帧只成功执行一个 Request&#xa;&lt;/code&gt;&lt;/pre&gt;&lt;p&gt;这样最容易保证：&lt;/p&gt;&lt;ul&gt;&lt;li&gt;&lt;p&gt;状态切换顺序稳定；&lt;/p&gt;&lt;/li&gt;&lt;li&gt;&lt;p&gt;不会同一帧连续切换多次；&lt;/p&gt;&lt;/li&gt;&lt;li&gt;&lt;p&gt;不会出现 Attack → Dodge → Hurt 三次 Enter/Exit；&lt;/p&gt;&lt;/li&gt;&lt;li&gt;&lt;p&gt;动画和约束不会反复抖动。&lt;/p&gt;&lt;/li&gt;&lt;/ul&gt;&lt;p&gt;以后确实需要同时处理不同通道时，再扩展为：&lt;/p&gt;&lt;pre&gt;&lt;code class=&quot;language-text&quot;&gt;每个 Channel 每帧最多执行一个 Request&#xa;&lt;/code&gt;&lt;/pre&gt;&lt;p&gt;例如同一帧：&lt;/p&gt;&lt;pre&gt;&lt;code class=&quot;language-text&quot;&gt;UpperBody = Fire&#xa;FullBody = Empty&#xa;&lt;/code&gt;&lt;/pre&gt;&lt;p&gt;理论上可以同时执行两个不同通道请求，但第一版没有必要急着做。&lt;/p&gt;" link="&lt;p&gt;可以。那仲裁器就按：&lt;/p&gt;&lt;blockquote&gt;&lt;p&gt;&lt;strong&gt;本帧收集 Request → 排序 → 检查 → 执行最高优先级可用请求&lt;/strong&gt;&lt;/p&gt;&lt;/blockquote&gt;&lt;p&gt;来设计。&lt;/p&gt;&lt;p&gt;下面写一个简化但结构完整的版本。&lt;/p&gt;&lt;h2&gt;1. Action 通道&lt;/h2&gt;&lt;pre&gt;&lt;code class=&quot;language-csharp&quot;&gt;public enum ActionChannel&#xa;{&#xa;    UpperBody,&#xa;    FullBody&#xa;}&#xa;&lt;/code&gt;&lt;/pre&gt;&lt;hr&gt;&lt;h2&gt;2. 打断请求类型&lt;/h2&gt;&lt;p&gt;用于描述请求的语义，不必依赖具体 Action 类型。&lt;/p&gt;&lt;pre&gt;&lt;code class=&quot;language-csharp&quot;&gt;public enum ActionRequestType&#xa;{&#xa;    Fire,&#xa;    Reload,&#xa;    Attack,&#xa;    Dodge,&#xa;    Skill,&#xa;    Hurt,&#xa;    Death&#xa;}&#xa;&lt;/code&gt;&lt;/pre&gt;&lt;hr&gt;&lt;h2&gt;3. Action 接口&lt;/h2&gt;&lt;pre&gt;&lt;code class=&quot;language-csharp&quot;&gt;public interface ICharacterAction&#xa;{&#xa;    ActionChannel Channel { get; }&#xa;&#xa;    bool CanEnter(CharacterContext context);&#xa;&#xa;    bool CanBeInterruptedBy(&#xa;        CharacterContext context,&#xa;        in ActionRequest request);&#xa;&#xa;    void Enter(CharacterContext context);&#xa;&#xa;    void Tick(CharacterContext context, float deltaTime);&#xa;&#xa;    void Exit(&#xa;        CharacterContext context,&#xa;        ActionExitReason reason);&#xa;}&#xa;&lt;/code&gt;&lt;/pre&gt;&lt;p&gt;退出原因：&lt;/p&gt;&lt;pre&gt;&lt;code class=&quot;language-csharp&quot;&gt;public enum ActionExitReason&#xa;{&#xa;    Completed,&#xa;    Interrupted,&#xa;    Cancelled,&#xa;    Death&#xa;}&#xa;&lt;/code&gt;&lt;/pre&gt;&lt;hr&gt;&lt;h2&gt;4. ActionRequest&lt;/h2&gt;&lt;p&gt;Request 表示：&lt;/p&gt;&lt;blockquote&gt;&lt;p&gt;某个系统希望角色执行某个 Action。&lt;/p&gt;&lt;/blockquote&gt;&lt;pre&gt;&lt;code class=&quot;language-csharp&quot;&gt;public readonly struct ActionRequest&#xa;{&#xa;    public ICharacterAction Action { get; }&#xa;&#xa;    public ActionRequestType Type { get; }&#xa;&#xa;    public int Priority { get; }&#xa;&#xa;    public float BufferDuration { get; }&#xa;&#xa;    public ActionRequest(&#xa;        ICharacterAction action,&#xa;        ActionRequestType type,&#xa;        int priority,&#xa;        float bufferDuration = 0f)&#xa;    {&#xa;        Action = action;&#xa;        Type = type;&#xa;        Priority = priority;&#xa;        BufferDuration = bufferDuration;&#xa;    }&#xa;}&#xa;&lt;/code&gt;&lt;/pre&gt;&lt;p&gt;例如：&lt;/p&gt;&lt;pre&gt;&lt;code class=&quot;language-text&quot;&gt;Fire   Priority = 20&#xa;Attack Priority = 40&#xa;Dodge  Priority = 60&#xa;Hurt   Priority = 80&#xa;Death  Priority = 1000&#xa;&lt;/code&gt;&lt;/pre&gt;&lt;hr&gt;&lt;h2&gt;5. ActionSlot&lt;/h2&gt;&lt;p&gt;Slot 只负责保存当前 Action 和执行生命周期。&lt;/p&gt;&lt;p&gt;它不负责从多个请求中选择。&lt;/p&gt;&lt;pre&gt;&lt;code class=&quot;language-csharp&quot;&gt;public sealed class ActionSlot&#xa;{&#xa;    public ICharacterAction Current { get; private set; }&#xa;&#xa;    public bool IsEmpty =&amp;gt; Current == null;&#xa;&#xa;    public void Change(&#xa;        ICharacterAction next,&#xa;        CharacterContext context)&#xa;    {&#xa;        Current?.Exit(&#xa;            context,&#xa;            ActionExitReason.Interrupted);&#xa;&#xa;        Current = next;&#xa;        Current.Enter(context);&#xa;    }&#xa;&#xa;    public void Complete(&#xa;        ICharacterAction action,&#xa;        CharacterContext context)&#xa;    {&#xa;        if (!ReferenceEquals(Current, action))&#xa;            return;&#xa;&#xa;        Current = null;&#xa;&#xa;        action.Exit(&#xa;            context,&#xa;            ActionExitReason.Completed);&#xa;    }&#xa;&#xa;    public void ForceClear(&#xa;        CharacterContext context,&#xa;        ActionExitReason reason)&#xa;    {&#xa;        if (Current == null)&#xa;            return;&#xa;&#xa;        ICharacterAction old = Current;&#xa;        Current = null;&#xa;&#xa;        old.Exit(context, reason);&#xa;    }&#xa;&#xa;    public void Tick(&#xa;        CharacterContext context,&#xa;        float deltaTime)&#xa;    {&#xa;        Current?.Tick(context, deltaTime);&#xa;    }&#xa;}&#xa;&lt;/code&gt;&lt;/pre&gt;&lt;hr&gt;&lt;h1&gt;6. PendingRequest&lt;/h1&gt;&lt;p&gt;仲裁器除了保存 Request，还要保存：&lt;/p&gt;&lt;ul&gt;&lt;li&gt;&lt;p&gt;提交时间；&lt;/p&gt;&lt;/li&gt;&lt;li&gt;&lt;p&gt;提交顺序；&lt;/p&gt;&lt;/li&gt;&lt;li&gt;&lt;p&gt;缓冲过期时间。&lt;/p&gt;&lt;/li&gt;&lt;/ul&gt;&lt;pre&gt;&lt;code class=&quot;language-csharp&quot;&gt;internal readonly struct PendingActionRequest&#xa;{&#xa;    public ActionRequest Request { get; }&#xa;&#xa;    public float SubmitTime { get; }&#xa;&#xa;    public long Sequence { get; }&#xa;&#xa;    public PendingActionRequest(&#xa;        in ActionRequest request,&#xa;        float submitTime,&#xa;        long sequence)&#xa;    {&#xa;        Request = request;&#xa;        SubmitTime = submitTime;&#xa;        Sequence = sequence;&#xa;    }&#xa;&#xa;    public bool IsExpired(float currentTime)&#xa;    {&#xa;        if (Request.BufferDuration &amp;lt;= 0f)&#xa;            return false;&#xa;&#xa;        return currentTime &amp;gt;&#xa;               SubmitTime +&#xa;               Request.BufferDuration;&#xa;    }&#xa;}&#xa;&lt;/code&gt;&lt;/pre&gt;&lt;hr&gt;&lt;h1&gt;7. ActionArbiter&lt;/h1&gt;&lt;pre&gt;&lt;code class=&quot;language-csharp&quot;&gt;using System;&#xa;using System.Collections.Generic;&#xa;&#xa;public sealed class ActionArbiter&#xa;{&#xa;    private readonly CharacterContext _context;&#xa;&#xa;    private readonly ActionSlot _upperBody;&#xa;    private readonly ActionSlot _fullBody;&#xa;&#xa;    private readonly List&amp;lt;PendingActionRequest&amp;gt; _requests = new();&#xa;&#xa;    private long _sequence;&#xa;&#xa;    public ActionArbiter(&#xa;        CharacterContext context,&#xa;        ActionSlot upperBody,&#xa;        ActionSlot fullBody)&#xa;    {&#xa;        _context = context ??&#xa;                   throw new ArgumentNullException(nameof(context));&#xa;&#xa;        _upperBody = upperBody ??&#xa;                     throw new ArgumentNullException(nameof(upperBody));&#xa;&#xa;        _fullBody = fullBody ??&#xa;                    throw new ArgumentNullException(nameof(fullBody));&#xa;    }&#xa;&#xa;    public void Submit(&#xa;        in ActionRequest request,&#xa;        float currentTime)&#xa;    {&#xa;        if (request.Action == null)&#xa;            return;&#xa;&#xa;        _requests.Add(&#xa;            new PendingActionRequest(&#xa;                request,&#xa;                currentTime,&#xa;                _sequence++));&#xa;    }&#xa;&#xa;    public bool Resolve(float currentTime)&#xa;    {&#xa;        RemoveExpiredRequests(currentTime);&#xa;&#xa;        if (_requests.Count == 0)&#xa;            return false;&#xa;&#xa;        _requests.Sort(CompareRequest);&#xa;&#xa;        for (int i = 0; i &amp;lt; _requests.Count; i++)&#xa;        {&#xa;            PendingActionRequest pending = _requests[i];&#xa;&#xa;            if (!CanExecute(pending.Request))&#xa;                continue;&#xa;&#xa;            Execute(pending.Request);&#xa;&#xa;            _requests.RemoveAt(i);&#xa;&#xa;            // 第一版每帧只执行一个请求。&#xa;            RemoveUnbufferedRequests();&#xa;&#xa;            return true;&#xa;        }&#xa;&#xa;        // 当前帧没有请求成功。&#xa;        // 没有缓冲时间的请求直接丢弃。&#xa;        RemoveUnbufferedRequests();&#xa;&#xa;        return false;&#xa;    }&#xa;&#xa;    private bool CanExecute(in ActionRequest request)&#xa;    {&#xa;        ICharacterAction target = request.Action;&#xa;&#xa;        // 1. 目标 Action 自己判断能否进入。&#xa;        if (!target.CanEnter(_context))&#xa;            return false;&#xa;&#xa;        ActionSlot slot = GetSlot(target.Channel);&#xa;&#xa;        ICharacterAction current = slot.Current;&#xa;&#xa;        // 当前为空，可以直接进入。&#xa;        if (current == null)&#xa;            return true;&#xa;&#xa;        // 避免重复进入同一个实例。&#xa;        if (ReferenceEquals(current, target))&#xa;            return false;&#xa;&#xa;        // 2. 当前 Action 判断是否允许被请求打断。&#xa;        return current.CanBeInterruptedBy(&#xa;            _context,&#xa;            request);&#xa;    }&#xa;&#xa;    private void Execute(in ActionRequest request)&#xa;    {&#xa;        ActionSlot slot =&#xa;            GetSlot(request.Action.Channel);&#xa;&#xa;        slot.Change(&#xa;            request.Action,&#xa;            _context);&#xa;    }&#xa;&#xa;    private ActionSlot GetSlot(ActionChannel channel)&#xa;    {&#xa;        return channel switch&#xa;        {&#xa;            ActionChannel.UpperBody =&amp;gt; _upperBody,&#xa;            ActionChannel.FullBody =&amp;gt; _fullBody,&#xa;&#xa;            _ =&amp;gt; throw new ArgumentOutOfRangeException(&#xa;                nameof(channel),&#xa;                channel,&#xa;                null)&#xa;        };&#xa;    }&#xa;&#xa;    private void RemoveExpiredRequests(float currentTime)&#xa;    {&#xa;        for (int i = _requests.Count - 1; i &amp;gt;= 0; i--)&#xa;        {&#xa;            if (_requests[i].IsExpired(currentTime))&#xa;                _requests.RemoveAt(i);&#xa;        }&#xa;    }&#xa;&#xa;    private void RemoveUnbufferedRequests()&#xa;    {&#xa;        for (int i = _requests.Count - 1; i &amp;gt;= 0; i--)&#xa;        {&#xa;            if (_requests[i].Request.BufferDuration &amp;lt;= 0f)&#xa;                _requests.RemoveAt(i);&#xa;        }&#xa;    }&#xa;&#xa;    private static int CompareRequest(&#xa;        PendingActionRequest left,&#xa;        PendingActionRequest right)&#xa;    {&#xa;        // 优先级越高，越先处理。&#xa;        int priorityResult =&#xa;            right.Request.Priority.CompareTo(&#xa;                left.Request.Priority);&#xa;&#xa;        if (priorityResult != 0)&#xa;            return priorityResult;&#xa;&#xa;        // 同优先级时，先提交的先处理。&#xa;        return left.Sequence.CompareTo(right.Sequence);&#xa;    }&#xa;}&#xa;&lt;/code&gt;&lt;/pre&gt;&lt;hr&gt;&lt;h1&gt;8. 剑攻击 Action&lt;/h1&gt;&lt;pre&gt;&lt;code class=&quot;language-csharp&quot;&gt;public enum AttackPhase&#xa;{&#xa;    Startup,&#xa;    Active,&#xa;    Recovery&#xa;}&#xa;&lt;/code&gt;&lt;/pre&gt;&lt;pre&gt;&lt;code class=&quot;language-csharp&quot;&gt;public sealed class SwordAttackAction : ICharacterAction&#xa;{&#xa;    public ActionChannel Channel =&amp;gt;&#xa;        ActionChannel.FullBody;&#xa;&#xa;    public AttackPhase Phase { get; private set; }&#xa;&#xa;    public bool CanEnter(CharacterContext context)&#xa;    {&#xa;        return context.IsAlive &amp;amp;&amp;amp;&#xa;               context.IsGrounded &amp;amp;&amp;amp;&#xa;               context.Stamina &amp;gt;= 20;&#xa;    }&#xa;&#xa;    public bool CanBeInterruptedBy(&#xa;        CharacterContext context,&#xa;        in ActionRequest request)&#xa;    {&#xa;        if (request.Type == ActionRequestType.Death)&#xa;            return true;&#xa;&#xa;        if (request.Type == ActionRequestType.Hurt)&#xa;            return !context.HasSuperArmor;&#xa;&#xa;        if (request.Type == ActionRequestType.Dodge)&#xa;        {&#xa;            return Phase is AttackPhase.Startup&#xa;                or AttackPhase.Recovery;&#xa;        }&#xa;&#xa;        return false;&#xa;    }&#xa;&#xa;    public void Enter(CharacterContext context)&#xa;    {&#xa;        Phase = AttackPhase.Startup;&#xa;&#xa;        context.Stamina -= 20;&#xa;&#xa;        context.Animation.PlaySwordAttack(&#xa;            onActiveBegin: () =&amp;gt;&#xa;            {&#xa;                Phase = AttackPhase.Active;&#xa;                context.Combat.EnableSwordHitbox();&#xa;            },&#xa;            onRecoveryBegin: () =&amp;gt;&#xa;            {&#xa;                Phase = AttackPhase.Recovery;&#xa;                context.Combat.DisableSwordHitbox();&#xa;            },&#xa;            onEnd: () =&amp;gt;&#xa;            {&#xa;                context.FullBodySlot.Complete(&#xa;                    this,&#xa;                    context);&#xa;            });&#xa;    }&#xa;&#xa;    public void Tick(&#xa;        CharacterContext context,&#xa;        float deltaTime)&#xa;    {&#xa;    }&#xa;&#xa;    public void Exit(&#xa;        CharacterContext context,&#xa;        ActionExitReason reason)&#xa;    {&#xa;        context.Combat.DisableSwordHitbox();&#xa;        context.Animation.StopFullBodyAction(this);&#xa;    }&#xa;}&#xa;&lt;/code&gt;&lt;/pre&gt;&lt;hr&gt;&lt;h1&gt;9. Dodge Action&lt;/h1&gt;&lt;pre&gt;&lt;code class=&quot;language-csharp&quot;&gt;public sealed class DodgeAction : ICharacterAction&#xa;{&#xa;    public ActionChannel Channel =&amp;gt;&#xa;        ActionChannel.FullBody;&#xa;&#xa;    public bool CanEnter(CharacterContext context)&#xa;    {&#xa;        return context.IsAlive &amp;amp;&amp;amp;&#xa;               context.IsGrounded &amp;amp;&amp;amp;&#xa;               context.Stamina &amp;gt;= 15;&#xa;    }&#xa;&#xa;    public bool CanBeInterruptedBy(&#xa;        CharacterContext context,&#xa;        in ActionRequest request)&#xa;    {&#xa;        // 闪避过程中通常只允许死亡强制打断。&#xa;        return request.Type ==&#xa;               ActionRequestType.Death;&#xa;    }&#xa;&#xa;    public void Enter(CharacterContext context)&#xa;    {&#xa;        context.Stamina -= 15;&#xa;&#xa;        context.Invincible = true;&#xa;&#xa;        context.Animation.PlayDodge(&#xa;            onEnd: () =&amp;gt;&#xa;            {&#xa;                context.FullBodySlot.Complete(&#xa;                    this,&#xa;                    context);&#xa;            });&#xa;    }&#xa;&#xa;    public void Tick(&#xa;        CharacterContext context,&#xa;        float deltaTime)&#xa;    {&#xa;    }&#xa;&#xa;    public void Exit(&#xa;        CharacterContext context,&#xa;        ActionExitReason reason)&#xa;    {&#xa;        context.Invincible = false;&#xa;        context.Animation.StopFullBodyAction(this);&#xa;    }&#xa;}&#xa;&lt;/code&gt;&lt;/pre&gt;&lt;hr&gt;&lt;h1&gt;10. 提交请求&lt;/h1&gt;&lt;p&gt;攻击输入：&lt;/p&gt;&lt;pre&gt;&lt;code class=&quot;language-csharp&quot;&gt;public void OnAttackPressed()&#xa;{&#xa;    _arbiter.Submit(&#xa;        new ActionRequest(&#xa;            _swordAttack,&#xa;            ActionRequestType.Attack,&#xa;            priority: 40,&#xa;            bufferDuration: 0.15f),&#xa;        Time.time);&#xa;}&#xa;&lt;/code&gt;&lt;/pre&gt;&lt;p&gt;闪避输入：&lt;/p&gt;&lt;pre&gt;&lt;code class=&quot;language-csharp&quot;&gt;public void OnDodgePressed()&#xa;{&#xa;    _arbiter.Submit(&#xa;        new ActionRequest(&#xa;            _dodge,&#xa;            ActionRequestType.Dodge,&#xa;            priority: 60,&#xa;            bufferDuration: 0.2f),&#xa;        Time.time);&#xa;}&#xa;&lt;/code&gt;&lt;/pre&gt;&lt;p&gt;受击：&lt;/p&gt;&lt;pre&gt;&lt;code class=&quot;language-csharp&quot;&gt;public void OnHurt()&#xa;{&#xa;    _arbiter.Submit(&#xa;        new ActionRequest(&#xa;            _hurtAction,&#xa;            ActionRequestType.Hurt,&#xa;            priority: 80),&#xa;        Time.time);&#xa;}&#xa;&lt;/code&gt;&lt;/pre&gt;&lt;p&gt;死亡：&lt;/p&gt;&lt;pre&gt;&lt;code class=&quot;language-csharp&quot;&gt;public void OnDeath()&#xa;{&#xa;    _arbiter.Submit(&#xa;        new ActionRequest(&#xa;            _deathAction,&#xa;            ActionRequestType.Death,&#xa;            priority: 1000),&#xa;        Time.time);&#xa;}&#xa;&lt;/code&gt;&lt;/pre&gt;&lt;hr&gt;&lt;h1&gt;11. 每帧执行顺序&lt;/h1&gt;&lt;pre&gt;&lt;code class=&quot;language-csharp&quot;&gt;private void Update()&#xa;{&#xa;    float deltaTime = Time.deltaTime;&#xa;&#xa;    // 1. 采集输入，提交 Request。&#xa;    CollectInputRequests();&#xa;&#xa;    // 2. 仲裁本帧请求。&#xa;    _arbiter.Resolve(Time.time);&#xa;&#xa;    // 3. 更新状态和动作。&#xa;    _locomotion.Tick(deltaTime);&#xa;    _upperBodySlot.Tick(_context, deltaTime);&#xa;    _fullBodySlot.Tick(_context, deltaTime);&#xa;&#xa;    // 4. 最终运动处理。&#xa;    _motionDriver.Tick(deltaTime);&#xa;&#xa;    // 5. 连续动画参数。&#xa;    _animationController.Tick(deltaTime);&#xa;}&#xa;&lt;/code&gt;&lt;/pre&gt;&lt;hr&gt;&lt;h1&gt;12. 同一帧多个 Request&lt;/h1&gt;&lt;p&gt;假设同一帧提交：&lt;/p&gt;&lt;pre&gt;&lt;code class=&quot;language-text&quot;&gt;Attack：40&#xa;Dodge：60&#xa;Hurt：80&#xa;Death：1000&#xa;&lt;/code&gt;&lt;/pre&gt;&lt;p&gt;排序后：&lt;/p&gt;&lt;pre&gt;&lt;code class=&quot;language-text&quot;&gt;Death&#xa;Hurt&#xa;Dodge&#xa;Attack&#xa;&lt;/code&gt;&lt;/pre&gt;&lt;p&gt;仲裁器从高到低尝试。&lt;/p&gt;&lt;p&gt;如果死亡能进入：&lt;/p&gt;&lt;pre&gt;&lt;code class=&quot;language-text&quot;&gt;直接执行 Death&#xa;&lt;/code&gt;&lt;/pre&gt;&lt;p&gt;如果死亡不能进入，则继续检查 Hurt。&lt;/p&gt;&lt;p&gt;不过死亡这种请求一般应该始终能进入。&lt;/p&gt;&lt;hr&gt;&lt;h1&gt;13. 被拒绝的请求怎么处理&lt;/h1&gt;&lt;p&gt;例如当前剑攻击处于 &lt;code&gt;Active&lt;/code&gt;：&lt;/p&gt;&lt;pre&gt;&lt;code class=&quot;language-text&quot;&gt;Dodge Request&#xa;BufferDuration = 0.2 秒&#xa;&lt;/code&gt;&lt;/pre&gt;&lt;p&gt;此时：&lt;/p&gt;&lt;pre&gt;&lt;code class=&quot;language-csharp&quot;&gt;SwordAttack.CanBeInterruptedBy(Dodge)&#xa;&lt;/code&gt;&lt;/pre&gt;&lt;p&gt;返回 &lt;code&gt;false&lt;/code&gt;。&lt;/p&gt;&lt;p&gt;请求不会马上删除，因为它有缓冲时间。&lt;/p&gt;&lt;p&gt;下一帧攻击进入 &lt;code&gt;Recovery&lt;/code&gt;：&lt;/p&gt;&lt;pre&gt;&lt;code class=&quot;language-text&quot;&gt;Dodge Request 仍然存在&#xa;    ↓&#xa;重新仲裁&#xa;    ↓&#xa;允许&#xa;    ↓&#xa;Attack.Exit(Interrupted)&#xa;    ↓&#xa;Dodge.Enter()&#xa;&lt;/code&gt;&lt;/pre&gt;&lt;p&gt;这就是输入缓冲。&lt;/p&gt;&lt;hr&gt;&lt;h1&gt;14. 第一版建议限制&lt;/h1&gt;&lt;p&gt;你现在可以先规定：&lt;/p&gt;&lt;pre&gt;&lt;code class=&quot;language-text&quot;&gt;每帧只成功执行一个 Request&#xa;&lt;/code&gt;&lt;/pre&gt;&lt;p&gt;这样最容易保证：&lt;/p&gt;&lt;ul&gt;&lt;li&gt;&lt;p&gt;状态切换顺序稳定；&lt;/p&gt;&lt;/li&gt;&lt;li&gt;&lt;p&gt;不会同一帧连续切换多次；&lt;/p&gt;&lt;/li&gt;&lt;li&gt;&lt;p&gt;不会出现 Attack → Dodge → Hurt 三次 Enter/Exit；&lt;/p&gt;&lt;/li&gt;&lt;li&gt;&lt;p&gt;动画和约束不会反复抖动。&lt;/p&gt;&lt;/li&gt;&lt;/ul&gt;&lt;p&gt;以后确实需要同时处理不同通道时，再扩展为：&lt;/p&gt;&lt;pre&gt;&lt;code class=&quot;language-text&quot;&gt;每个 Channel 每帧最多执行一个 Request&#xa;&lt;/code&gt;&lt;/pre&gt;&lt;p&gt;例如同一帧：&lt;/p&gt;&lt;pre&gt;&lt;code class=&quot;language-text&quot;&gt;UpperBody = Fire&#xa;FullBody = Empty&#xa;&lt;/code&gt;&lt;/pre&gt;&lt;p&gt;理论上可以同时执行两个不同通道请求，但第一版没有必要急着做。&lt;/p&gt;" id="P79LNxg_lGs8P4HROXfw-105">
          <mxCell parent="1" style="text;whiteSpace=wrap;html=1;fontFamily=Helvetica;fontSize=12;fontColor=default;" vertex="1">
            <mxGeometry height="9690" width="489" x="1328.0030766296386" y="21.995347055288562" as="geometry" />
          </mxCell>
        </UserObject>
        <mxCell id="P79LNxg_lGs8P4HROXfw-110" connectable="0" parent="1" style="group" value="" vertex="1">
          <mxGeometry height="280" width="370" x="-330" y="630" as="geometry" />
        </mxCell>
        <mxCell id="P79LNxg_lGs8P4HROXfw-83" parent="P79LNxg_lGs8P4HROXfw-110" style="whiteSpace=wrap;html=1;rounded=0;" value="&lt;font style=&quot;font-size: 20px;&quot;&gt;黑板：&lt;br&gt;1. 基本移动数据：移动方向等等&lt;/font&gt;&lt;div&gt;&lt;font style=&quot;font-size: 20px;&quot;&gt;2. Player 各类数据&lt;/font&gt;&lt;/div&gt;" vertex="1">
          <mxGeometry height="280" width="370" as="geometry" />
        </mxCell>
        <mxCell id="P79LNxg_lGs8P4HROXfw-109" parent="P79LNxg_lGs8P4HROXfw-110" style="whiteSpace=wrap;html=1;rounded=0;align=left;verticalAlign=top;" value="MovementConstriait：用于限制 Motion 驱动的数据" vertex="1">
          <mxGeometry height="70" width="340" x="20" y="200" as="geometry" />
        </mxCell>
+         <mxCell id="pjc7MEAOd6eE2aFFtX1U-3" connectable="0" parent="1" style="group" value="" vertex="1">
+           <mxGeometry height="1060" width="1350" x="-520" y="1620" as="geometry" />
+         </mxCell>
+         <mxCell id="pjc7MEAOd6eE2aFFtX1U-1" parent="pjc7MEAOd6eE2aFFtX1U-3" style="whiteSpace=wrap;html=1;" value="" vertex="1">
+           <mxGeometry height="1060" width="1350" as="geometry" />
+         </mxCell>
+         <mxCell id="pjc7MEAOd6eE2aFFtX1U-2" parent="pjc7MEAOd6eE2aFFtX1U-3" style="whiteSpace=wrap;html=1;" value="&lt;font style=&quot;font-size: 20px;&quot;&gt;类 GAS 处理系统&lt;/font&gt;" vertex="1">
+           <mxGeometry height="87" width="460" x="40" y="33" as="geometry" />
+         </mxCell>
+         <mxCell id="pjc7MEAOd6eE2aFFtX1U-4" parent="1" style="rounded=0;whiteSpace=wrap;html=1;" value="" vertex="1">
+           <mxGeometry height="1960" width="1855" x="-715" y="5510" as="geometry" />
+         </mxCell>
      </root>
    </mxGraphModel>
  </diagram>
</mxfile>
